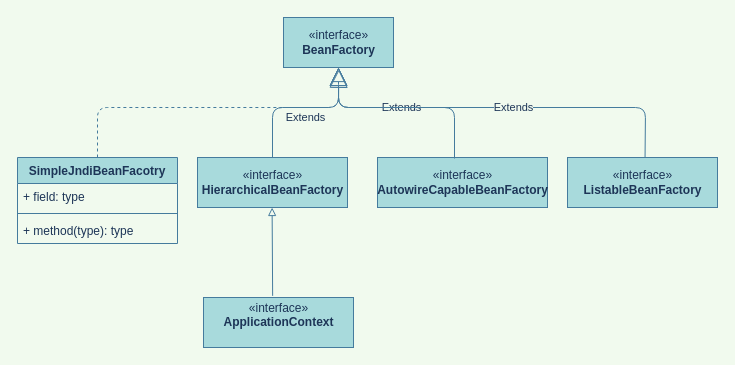
The draw.io diagram uml/BeanFactory.drawio in Aiksyuan/draw.io, before the edit. Source tidied: cells renumbered, new cells numbered last; positions are measured from the earlier drawing's top-left corner, leaving out a move shared by most shapes. Both pictures are drawn from the tidied source at 100%, with x=0, y=0 at pixel (17, 17).
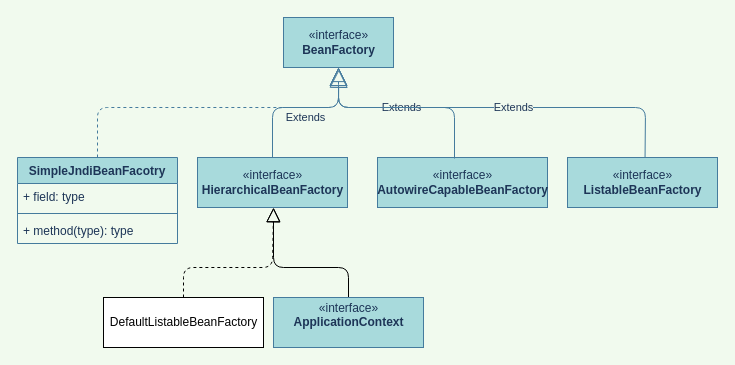
After the change.

The change refers to these unchanged cells:
```xml
<mxCell id="4" value="«interface»&lt;br&gt;&lt;b&gt;HierarchicalBeanFactory&lt;br&gt;&lt;/b&gt;" style="html=1;fillColor=#A8DADC;strokeColor=#457B9D;fontColor=#1D3557;" parent="1" vertex="1">
  <mxGeometry x="180" y="140" width="150" height="50" as="geometry" />
</mxCell>
```

The edit, as a diff of the source:
```diff
@@
-    <mxCell id="2" style="endArrow=block;endFill=0;html=1;exitX=0.461;exitY=-0.033;exitDx=0;exitDy=0;exitPerimeter=0;strokeColor=#457B9D;fontColor=#1D3557;labelBackgroundColor=#F1FAEE;" parent="1" edge="1" source="7">
+    <mxCell id="2" style="endArrow=block;endFill=0;endSize=12;html=1;exitX=0.5;exitY=0;exitDx=0;exitDy=0;" parent="1" edge="1" source="7">
       <mxGeometry relative="1" as="geometry">
-        <mxPoint x="254.6" y="190" as="targetPoint" />
+        <mxPoint x="256" y="190" as="targetPoint" />
+        <Array as="points">
+          <mxPoint x="331" y="250" />
+          <mxPoint x="256" y="250" />
+        </Array>
       </mxGeometry>
     </mxCell>
@@
     <mxCell id="7" value="«interface»&lt;br&gt;&lt;b&gt;ApplicationContext&lt;br&gt;&lt;br&gt;&lt;/b&gt;" style="html=1;fillColor=#A8DADC;strokeColor=#457B9D;fontColor=#1D3557;" parent="1" vertex="1">
-      <mxGeometry x="186" y="280" width="150" height="50" as="geometry" />
+      <mxGeometry x="256" y="280" width="150" height="50" as="geometry" />
     </mxCell>
@@
+    <mxCell id="16" value="DefaultListableBeanFactory" style="html=1;" parent="1" vertex="1">
+      <mxGeometry x="86" y="280" width="160" height="50" as="geometry" />
+    </mxCell>
+    <mxCell id="17" style="endArrow=block;endFill=0;endSize=12;html=1;exitX=0.5;exitY=0;exitDx=0;exitDy=0;entryX=0.507;entryY=1.008;entryDx=0;entryDy=0;entryPerimeter=0;dashed=1;" parent="1" edge="1" source="16" target="4">
+      <mxGeometry relative="1" as="geometry">
+        <Array as="points">
+          <mxPoint x="166" y="250" />
+          <mxPoint x="255" y="250" />
+        </Array>
+      </mxGeometry>
+    </mxCell>
```
